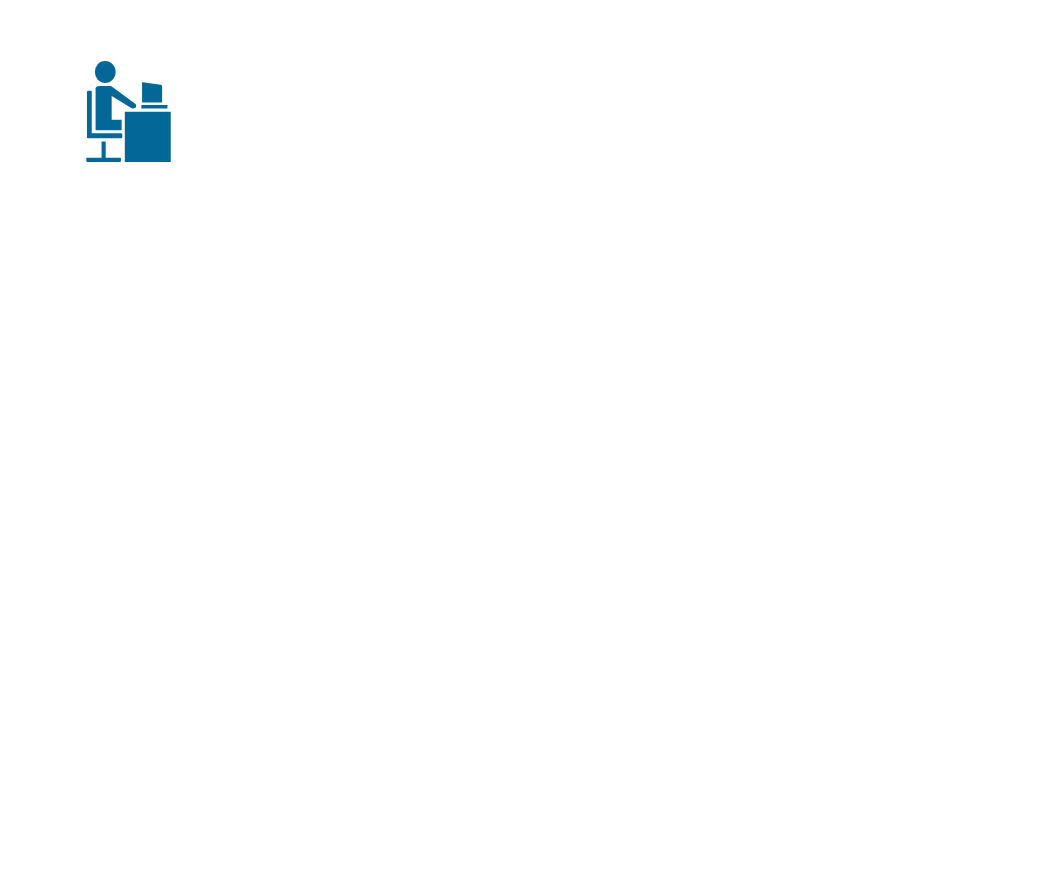
Adjectif-ca/Python_Encrpt_App keeps this draw.io diagram as Design/Fleuri_Arch.drawio. Above is the earlier version. Source tidied: cells renumbered, new cells numbered last; positions are measured from the earlier drawing's top-left corner, leaving out a move shared by most shapes. Both pictures are drawn from the tidied source at 126%, with x=0, y=0 at pixel (84, 59).
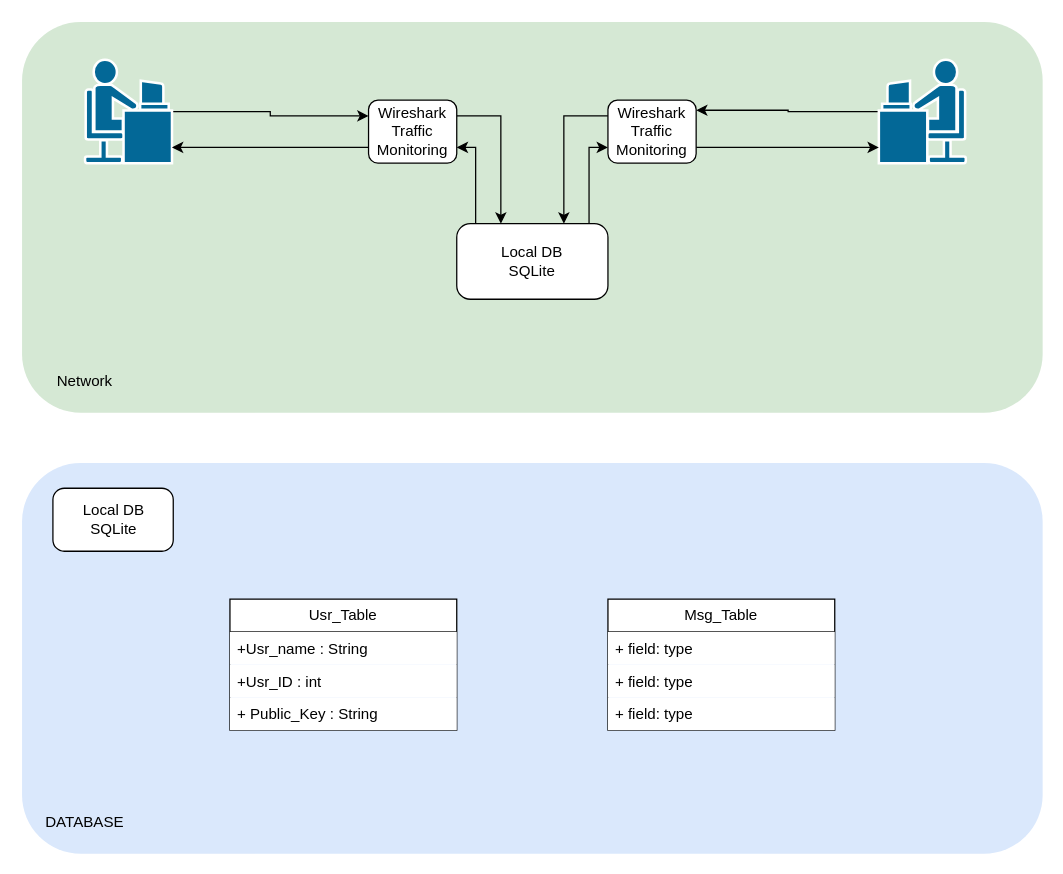
Above is the later version.

The change refers to these unchanged cells:
```xml
<mxCell id="2" style="shape=mxgraph.cisco.people.androgenous_person;sketch=0;html=1;dashed=0;fillColor=#036897;strokeColor=#ffffff;strokeWidth=2;verticalLabelPosition=bottom;verticalAlign=top;align=center;outlineConnect=0;" parent="1" vertex="1">
  <mxGeometry width="69" height="82" as="geometry" />
</mxCell>
```

Diff of the diagram source:
```diff
@@
+    <mxCell id="3" style="rounded=1;whiteSpace=wrap;html=1;fillColor=#d5e8d4;strokeColor=none;" parent="1" vertex="1">
+      <mxGeometry x="-50" y="-30" width="810" height="310" as="geometry" />
+    </mxCell>
+    <mxCell id="4" style="edgeStyle=orthogonalEdgeStyle;rounded=0;jettySize=auto;html=1;exitX=1;exitY=0.5;exitDx=0;exitDy=0;exitPerimeter=0;entryX=0;entryY=0.25;entryDx=0;entryDy=0;" parent="1" edge="1" source="2" target="11">
+      <mxGeometry relative="1" as="geometry" />
+    </mxCell>
@@
+    <mxCell id="5" style="edgeStyle=orthogonalEdgeStyle;rounded=0;jettySize=auto;html=1;exitX=1;exitY=0.5;exitDx=0;exitDy=0;exitPerimeter=0;" parent="1" edge="1" source="6" target="15">
+      <mxGeometry relative="1" as="geometry">
+        <Array as="points">
+          <mxPoint x="558" y="41" />
+          <mxPoint x="558" y="40" />
+        </Array>
+      </mxGeometry>
+    </mxCell>
+    <mxCell id="6" style="shape=mxgraph.cisco.people.androgenous_person;sketch=0;html=1;dashed=0;fillColor=#036897;strokeColor=#ffffff;strokeWidth=2;verticalLabelPosition=bottom;verticalAlign=top;align=center;outlineConnect=0;flipH=1;" parent="1" vertex="1">
+      <mxGeometry x="630" width="69" height="82" as="geometry" />
+    </mxCell>
+    <mxCell id="7" value="Local DB&lt;br&gt;SQLite" style="rounded=1;whiteSpace=wrap;html=1;arcSize=18;" parent="1" vertex="1">
+      <mxGeometry x="295" y="130" width="120" height="60" as="geometry" />
+    </mxCell>
+    <mxCell id="8" style="edgeStyle=orthogonalEdgeStyle;rounded=0;jettySize=auto;html=1;exitX=1;exitY=0.25;exitDx=0;exitDy=0;" parent="1" edge="1" source="11" target="7">
+      <mxGeometry relative="1" as="geometry">
+        <Array as="points">
+          <mxPoint x="330" y="45" />
+        </Array>
+      </mxGeometry>
+    </mxCell>
+    <mxCell id="9" style="edgeStyle=orthogonalEdgeStyle;rounded=0;jettySize=auto;html=1;exitX=1;exitY=0.75;exitDx=0;exitDy=0;startArrow=classic;startFill=1;endArrow=none;endFill=0;" parent="1" edge="1" source="11" target="7">
+      <mxGeometry relative="1" as="geometry">
+        <Array as="points">
+          <mxPoint x="310" y="70" />
+        </Array>
+      </mxGeometry>
+    </mxCell>
+    <mxCell id="10" style="edgeStyle=orthogonalEdgeStyle;rounded=0;jettySize=auto;html=1;exitX=0;exitY=0.75;exitDx=0;exitDy=0;" parent="1" edge="1" source="11" target="2">
+      <mxGeometry relative="1" as="geometry">
+        <Array as="points">
+          <mxPoint x="110" y="70" />
+          <mxPoint x="110" y="70" />
+        </Array>
+      </mxGeometry>
+    </mxCell>
+    <mxCell id="11" value="Wireshark&lt;br&gt;Traffic Monitoring" style="rounded=1;whiteSpace=wrap;html=1;" parent="1" vertex="1">
+      <mxGeometry x="225" y="32" width="70" height="50" as="geometry" />
+    </mxCell>
+    <mxCell id="12" style="edgeStyle=orthogonalEdgeStyle;rounded=0;jettySize=auto;html=1;exitX=0;exitY=0.25;exitDx=0;exitDy=0;" parent="1" edge="1" source="15" target="7">
+      <mxGeometry relative="1" as="geometry">
+        <Array as="points">
+          <mxPoint x="380" y="45" />
+        </Array>
+      </mxGeometry>
+    </mxCell>
+    <mxCell id="13" style="edgeStyle=orthogonalEdgeStyle;rounded=0;jettySize=auto;html=1;exitX=0;exitY=0.75;exitDx=0;exitDy=0;startArrow=classic;startFill=1;endArrow=none;endFill=0;" parent="1" edge="1" source="15" target="7">
+      <mxGeometry relative="1" as="geometry">
+        <Array as="points">
+          <mxPoint x="400" y="70" />
+        </Array>
+      </mxGeometry>
+    </mxCell>
+    <mxCell id="14" style="edgeStyle=orthogonalEdgeStyle;rounded=0;jettySize=auto;html=1;exitX=1;exitY=0.75;exitDx=0;exitDy=0;" parent="1" edge="1" source="15" target="6">
+      <mxGeometry relative="1" as="geometry">
+        <Array as="points">
+          <mxPoint x="600" y="70" />
+          <mxPoint x="600" y="70" />
+        </Array>
+      </mxGeometry>
+    </mxCell>
+    <mxCell id="15" value="Wireshark&lt;br&gt;Traffic Monitoring" style="rounded=1;whiteSpace=wrap;html=1;" parent="1" vertex="1">
+      <mxGeometry x="415" y="32" width="70" height="50" as="geometry" />
+    </mxCell>
+    <mxCell id="16" value="Network" style="text;html=1;align=center;verticalAlign=middle;whiteSpace=wrap;rounded=0;" parent="1" vertex="1">
+      <mxGeometry x="-30" y="240" width="60" height="30" as="geometry" />
+    </mxCell>
+    <mxCell id="17" style="rounded=1;whiteSpace=wrap;html=1;fillColor=#dae8fc;strokeColor=none;" parent="1" vertex="1">
+      <mxGeometry x="-50" y="320" width="810" height="310" as="geometry" />
+    </mxCell>
+    <mxCell id="18" value="DATABASE" style="text;html=1;align=center;verticalAlign=middle;whiteSpace=wrap;rounded=0;" parent="1" vertex="1">
+      <mxGeometry x="-30" y="590" width="60" height="30" as="geometry" />
+    </mxCell>
+    <mxCell id="19" value="Local DB&lt;br&gt;SQLite" style="rounded=1;whiteSpace=wrap;html=1;arcSize=18;" parent="1" vertex="1">
+      <mxGeometry x="-25.5" y="340" width="95.5" height="50" as="geometry" />
+    </mxCell>
+    <mxCell id="20" value="Msg_Table" style="swimlane;fontStyle=0;horizontal=1;startSize=26;whiteSpace=wrap;html=1;" parent="1" vertex="1">
+      <mxGeometry x="415" y="428" width="180" height="104" as="geometry" />
+    </mxCell>
+    <mxCell id="21" value="+ field: type" style="text;align=left;verticalAlign=top;spacingLeft=4;spacingRight=4;overflow=hidden;whiteSpace=wrap;html=1;fillColor=default;" parent="20" vertex="1">
+      <mxGeometry y="26" width="180" height="26" as="geometry" />
+    </mxCell>
+    <mxCell id="22" value="+ field: type" style="text;align=left;verticalAlign=top;spacingLeft=4;spacingRight=4;overflow=hidden;whiteSpace=wrap;html=1;fillColor=default;" parent="20" vertex="1">
+      <mxGeometry y="52" width="180" height="26" as="geometry" />
+    </mxCell>
+    <mxCell id="23" value="+ field: type" style="text;align=left;verticalAlign=top;spacingLeft=4;spacingRight=4;overflow=hidden;whiteSpace=wrap;html=1;fillColor=default;" parent="20" vertex="1">
+      <mxGeometry y="78" width="180" height="26" as="geometry" />
+    </mxCell>
+    <mxCell id="24" value="Usr_Table" style="swimlane;fontStyle=0;horizontal=1;startSize=26;whiteSpace=wrap;html=1;" parent="1" vertex="1">
+      <mxGeometry x="115" y="428" width="180" height="104" as="geometry" />
+    </mxCell>
+    <mxCell id="25" value="+Usr_name : String" style="text;align=left;verticalAlign=top;spacingLeft=4;spacingRight=4;overflow=hidden;whiteSpace=wrap;html=1;fillColor=default;" parent="24" vertex="1">
+      <mxGeometry y="26" width="180" height="26" as="geometry" />
+    </mxCell>
+    <mxCell id="26" value="+Usr_ID : int" style="text;strokeColor=none;fillColor=default;align=left;verticalAlign=top;spacingLeft=4;spacingRight=4;overflow=hidden;whiteSpace=wrap;html=1;" parent="24" vertex="1">
+      <mxGeometry y="52" width="180" height="26" as="geometry" />
+    </mxCell>
+    <mxCell id="27" value="+ Public_Key : String" style="text;strokeColor=none;fillColor=default;align=left;verticalAlign=top;spacingLeft=4;spacingRight=4;overflow=hidden;whiteSpace=wrap;html=1;" parent="24" vertex="1">
+      <mxGeometry y="78" width="180" height="26" as="geometry" />
+    </mxCell>
```
